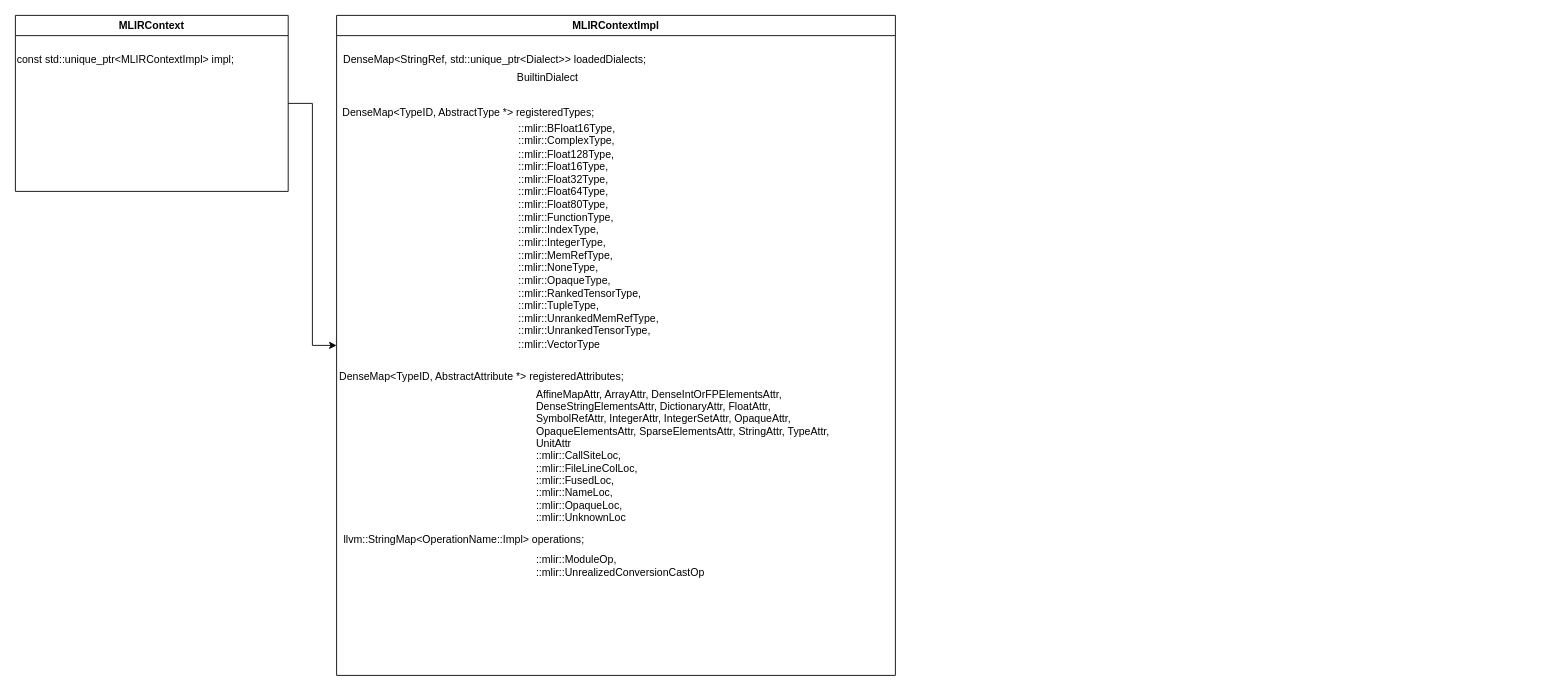
dracohan/jmhan.github.io keeps this draw.io diagram as draw/mlir.drawio. Above is the earlier version. Source tidied: cells renumbered, new cells numbered last; positions are measured from the earlier drawing's top-left corner, leaving out a move shared by most shapes. Both pictures are drawn from the tidied source at 88%, with x=0, y=0 at pixel (15, 15).
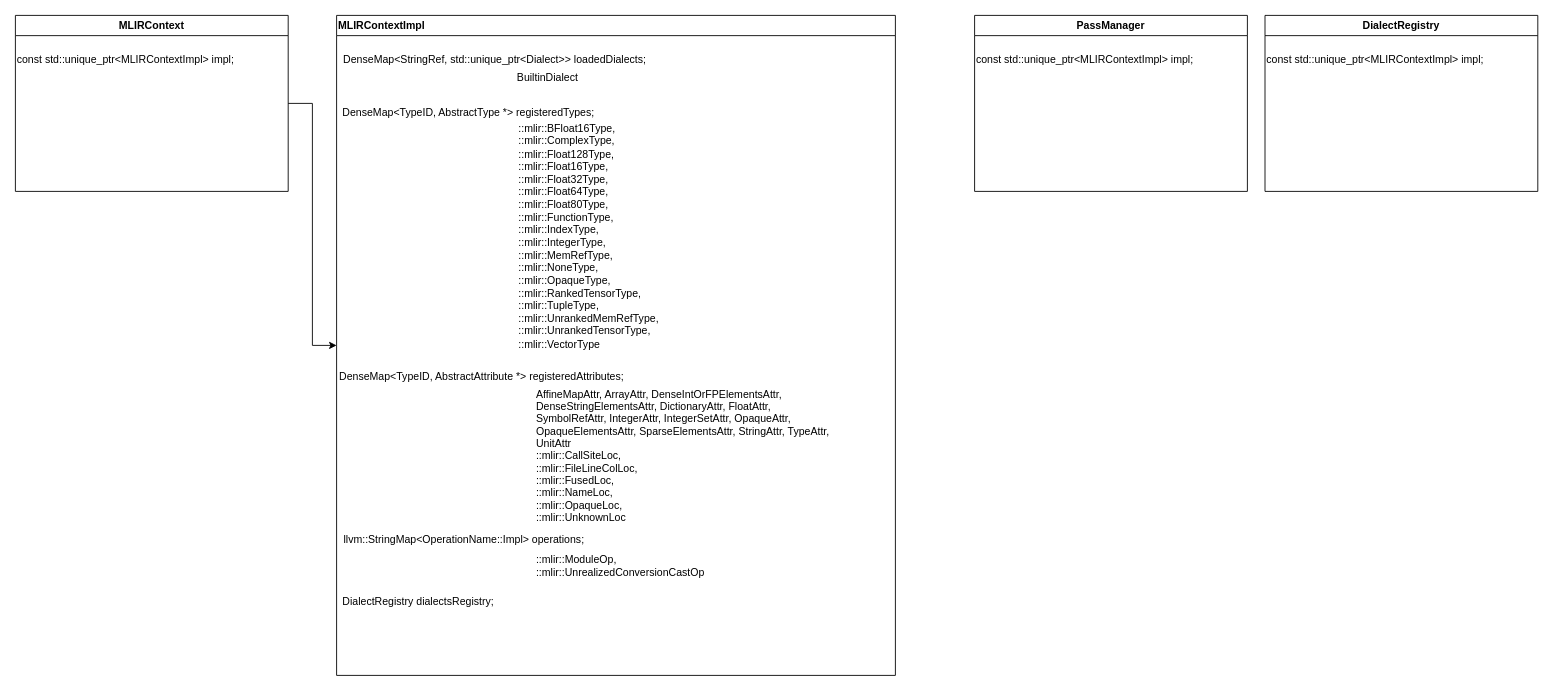
The same page after the edit.

Change to the diagram source:
```diff
@@
 <mxGraphModel>
   <root>
     <mxCell id="0" />
     <mxCell id="1" parent="0" />
     <mxCell id="2" style="edgeStyle=orthogonalEdgeStyle;rounded=0;jettySize=auto;html=1;exitX=1;exitY=0.5;exitDx=0;exitDy=0;entryX=0;entryY=0.5;entryDx=0;entryDy=0;fontFamily=Helvetica;fontSize=12;fontColor=#000000;" parent="1" edge="1" source="3" target="5">
       <mxGeometry relative="1" as="geometry" />
     </mxCell>
     <mxCell id="3" value="MLIRContext" style="swimlane;fontColor=#000000;fillColor=default;startSize=23;" parent="1" vertex="1">
       <mxGeometry width="310" height="200" as="geometry" />
     </mxCell>
     <mxCell id="4" value="const std::unique_ptr&lt;MLIRContextImpl&gt; impl;" style="text;align=left;verticalAlign=middle;strokeColor=none;fillColor=none;fontColor=#000000;" parent="3" vertex="1">
       <mxGeometry y="40" width="260" height="20" as="geometry" />
     </mxCell>
-    <mxCell id="5" value="MLIRContextImpl" style="swimlane;fontColor=#000000;fillColor=default;startSize=23;" parent="1" vertex="1">
+    <mxCell id="5" value="MLIRContextImpl" style="swimlane;fontColor=#000000;fillColor=default;startSize=23;align=left;" parent="1" vertex="1">
       <mxGeometry x="365" width="635" height="750" as="geometry" />
     </mxCell>
     <mxCell id="6" value="DenseMap&lt;TypeID, AbstractType *&gt; registeredTypes;" style="text;align=left;verticalAlign=middle;strokeColor=none;fillColor=none;fontColor=#000000;" parent="5" vertex="1">
       <mxGeometry x="5" y="95" width="490" height="30" as="geometry" />
     </mxCell>
     <mxCell id="7" value="::mlir::BFloat16Type,&#10;::mlir::ComplexType,&#10;::mlir::Float128Type,&#10;::mlir::Float16Type,&#10;::mlir::Float32Type,&#10;::mlir::Float64Type,&#10;::mlir::Float80Type,&#10;::mlir::FunctionType,&#10;::mlir::IndexType,&#10;::mlir::IntegerType,&#10;::mlir::MemRefType,&#10;::mlir::NoneType,&#10;::mlir::OpaqueType,&#10;::mlir::RankedTensorType,&#10;::mlir::TupleType,&#10;::mlir::UnrankedMemRefType,&#10;::mlir::UnrankedTensorType,&#10;::mlir::VectorType" style="text;whiteSpace=wrap;fontSize=12;fontFamily=Helvetica;fontColor=#000000;" parent="5" vertex="1">
       <mxGeometry x="205" y="115" width="290" height="270" as="geometry" />
     </mxCell>
     <mxCell id="8" value="DenseMap&lt;StringRef, std::unique_ptr&lt;Dialect&gt;&gt; loadedDialects;" style="text;align=center;verticalAlign=middle;strokeColor=none;fillColor=none;fontSize=12;fontFamily=Helvetica;fontColor=#000000;" parent="5" vertex="1">
       <mxGeometry y="40" width="360" height="20" as="geometry" />
     </mxCell>
     <mxCell id="9" value="BuiltinDialect" style="text;align=center;verticalAlign=middle;strokeColor=none;fillColor=none;fontSize=12;fontFamily=Helvetica;fontColor=#000000;" parent="5" vertex="1">
       <mxGeometry x="165" y="55" width="150" height="30" as="geometry" />
     </mxCell>
     <mxCell id="10" value="DenseMap&lt;TypeID, AbstractAttribute *&gt; registeredAttributes;" style="text;align=center;verticalAlign=middle;strokeColor=none;fillColor=none;fontSize=12;fontFamily=Helvetica;fontColor=#000000;" parent="5" vertex="1">
       <mxGeometry x="-125" y="395" width="580" height="30" as="geometry" />
     </mxCell>
     <mxCell id="11" value="AffineMapAttr, ArrayAttr, DenseIntOrFPElementsAttr,&#10;                DenseStringElementsAttr, DictionaryAttr, FloatAttr,&#10;                SymbolRefAttr, IntegerAttr, IntegerSetAttr, OpaqueAttr,&#10;                OpaqueElementsAttr, SparseElementsAttr, StringAttr, TypeAttr,&#10;                UnitAttr&#10;::mlir::CallSiteLoc,&#10;::mlir::FileLineColLoc,&#10;::mlir::FusedLoc,&#10;::mlir::NameLoc,&#10;::mlir::OpaqueLoc,&#10;::mlir::UnknownLoc" style="text;align=left;verticalAlign=middle;strokeColor=none;fillColor=none;fontSize=12;fontFamily=Helvetica;fontColor=#000000;" parent="5" vertex="1">
       <mxGeometry x="225" y="420" width="350" height="160" as="geometry" />
     </mxCell>
     <mxCell id="12" value="llvm::StringMap&lt;OperationName::Impl&gt; operations;" style="text;align=center;verticalAlign=middle;strokeColor=none;fillColor=none;fontSize=12;fontFamily=Helvetica;fontColor=#000000;" parent="5" vertex="1">
       <mxGeometry x="-95" y="580" width="480" height="30" as="geometry" />
     </mxCell>
     <mxCell id="13" value="::mlir::ModuleOp,&#10;::mlir::UnrealizedConversionCastOp" style="text;align=left;verticalAlign=middle;strokeColor=none;fillColor=none;fontSize=12;fontFamily=Helvetica;fontColor=#000000;" parent="5" vertex="1">
       <mxGeometry x="225" y="600" width="340" height="50" as="geometry" />
     </mxCell>
+    <mxCell id="14" value="DialectRegistry dialectsRegistry;" style="text;align=left;verticalAlign=middle;strokeColor=none;fillColor=none;" parent="5" vertex="1">
+      <mxGeometry x="5" y="650" width="330" height="30" as="geometry" />
+    </mxCell>
+    <mxCell id="15" value="PassManager" style="swimlane;fontColor=#000000;fillColor=default;startSize=23;" parent="1" vertex="1">
+      <mxGeometry x="1090" width="310" height="200" as="geometry" />
+    </mxCell>
+    <mxCell id="16" value="const std::unique_ptr&lt;MLIRContextImpl&gt; impl;" style="text;align=left;verticalAlign=middle;strokeColor=none;fillColor=none;fontColor=#000000;" parent="15" vertex="1">
+      <mxGeometry y="40" width="260" height="20" as="geometry" />
+    </mxCell>
+    <mxCell id="17" value="DialectRegistry" style="swimlane;fontColor=#000000;fillColor=default;startSize=23;" parent="1" vertex="1">
+      <mxGeometry x="1420" width="310" height="200" as="geometry" />
+    </mxCell>
+    <mxCell id="18" value="const std::unique_ptr&lt;MLIRContextImpl&gt; impl;" style="text;align=left;verticalAlign=middle;strokeColor=none;fillColor=none;fontColor=#000000;" parent="17" vertex="1">
+      <mxGeometry y="40" width="260" height="20" as="geometry" />
+    </mxCell>
   </root>
 </mxGraphModel>
```
